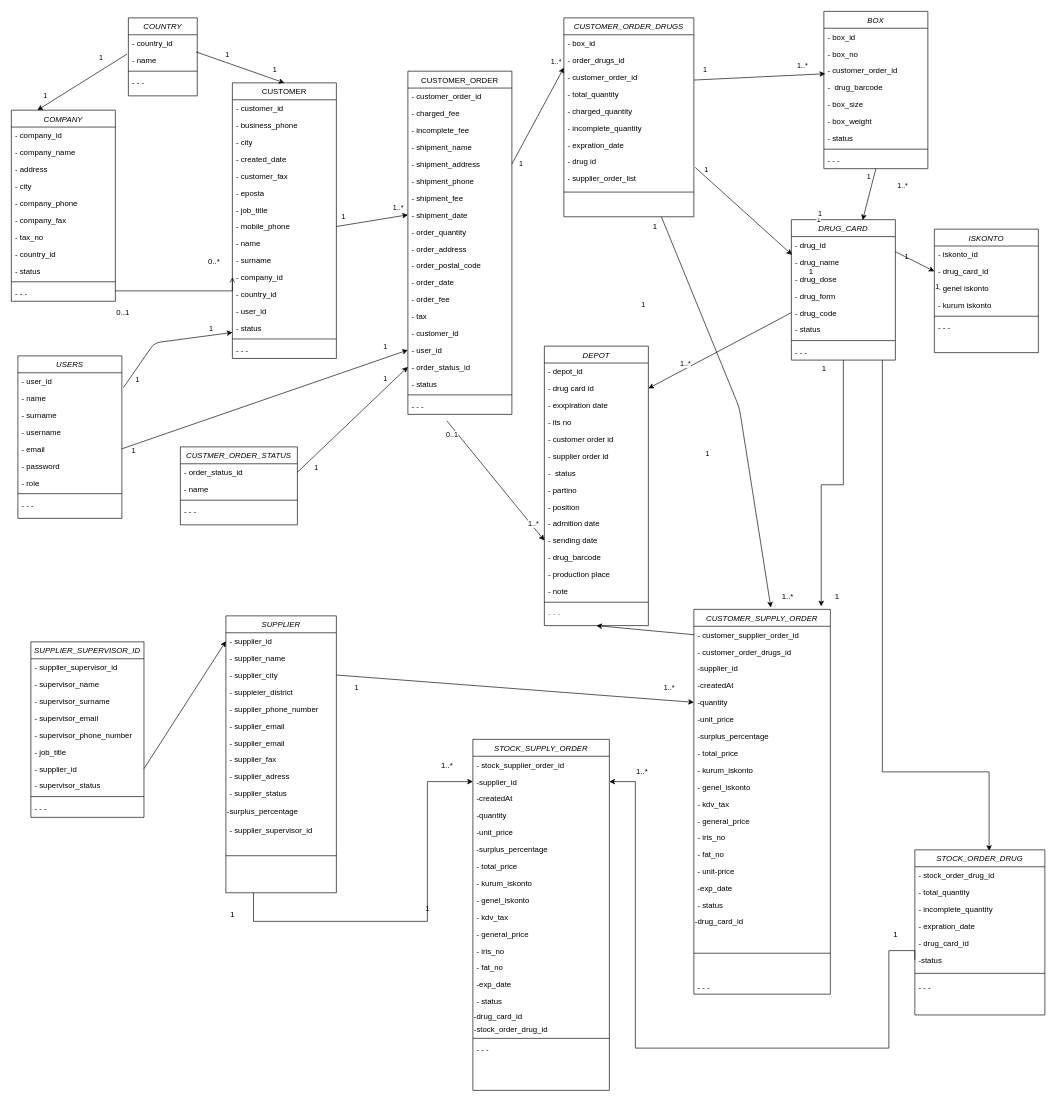
Before: Untitled Diagram.drawio in viaonur/son, a draw.io diagram. Source tidied: cells renumbered, new cells numbered last; positions are measured from the earlier drawing's top-left corner, leaving out a move shared by most shapes. Both pictures are drawn from the tidied source at 65%, with x=0, y=0 at pixel (11, 11).
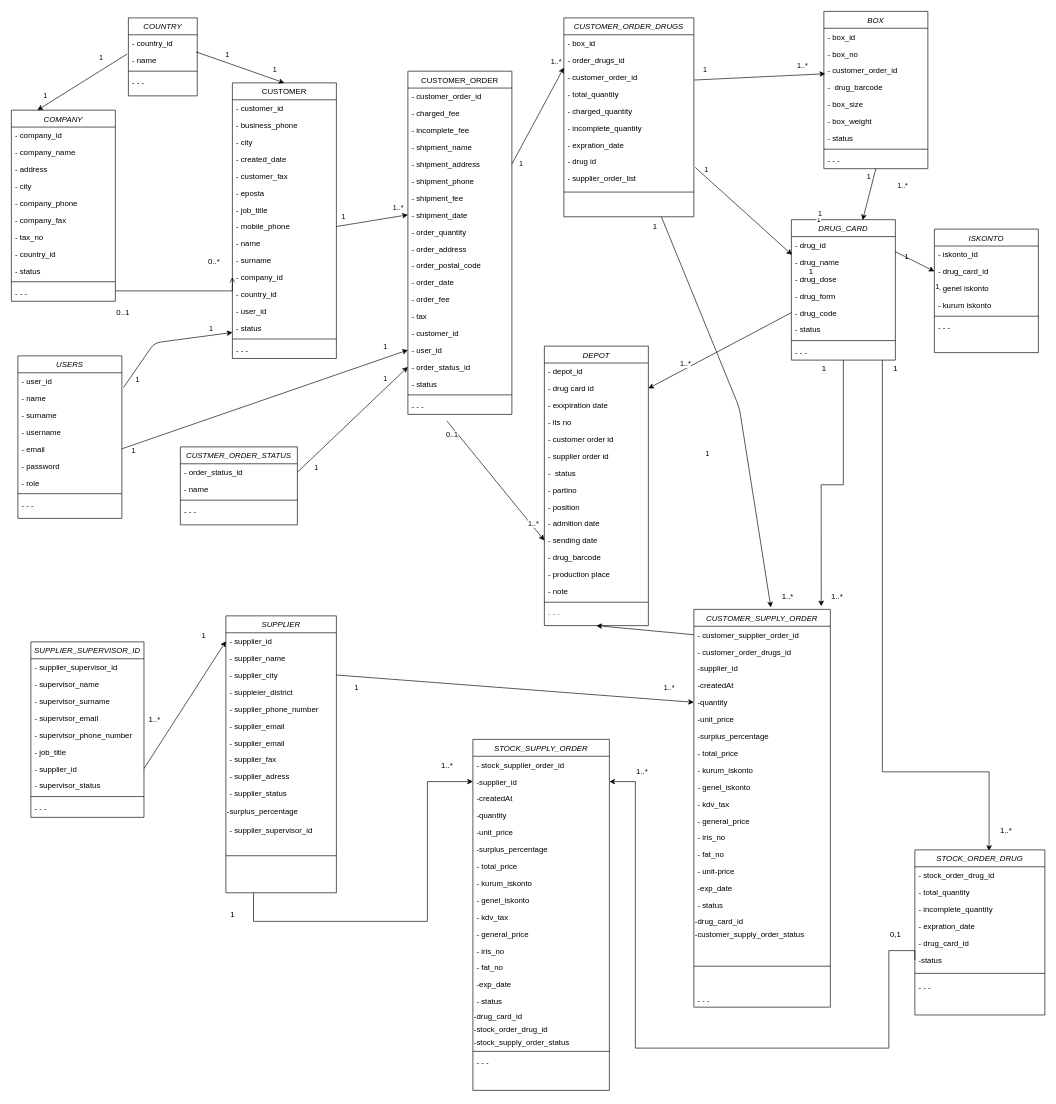
After the change.

Unchanged cells that the change refers to:
```xml
<mxCell id="136" style="endArrow=classic;html=1;entryX=0.006;entryY=1.077;entryDx=0;entryDy=0;entryPerimeter=0;exitX=1.01;exitY=0.846;exitDx=0;exitDy=0;exitPerimeter=0;" parent="1" edge="1" source="66" target="150">
  <mxGeometry relative="1" as="geometry" />
</mxCell>
<mxCell id="223" value="STOCK_SUPPLY_ORDER" style="swimlane;fontStyle=2;align=center;verticalAlign=top;horizontal=1;startSize=26;rounded=0;shadow=0;strokeWidth=1;" parent="1" vertex="1">
  <mxGeometry x="710" y="1120" width="210" height="540" as="geometry" />
</mxCell>
```

What changed in the source:
```diff
@@
     <mxCell id="88" value="CUSTOMER_SUPPLY_ORDER" style="swimlane;fontStyle=2;align=center;verticalAlign=top;horizontal=1;startSize=26;rounded=0;shadow=0;strokeWidth=1;" parent="1" vertex="1">
-      <mxGeometry x="1050" y="920" width="210" height="592" as="geometry" />
+      <mxGeometry x="1050" y="920" width="210" height="612" as="geometry" />
     </mxCell>
@@
+    <mxCell id="265" value="-customer_supply_order_status" style="text;html=1;align=left;verticalAlign=middle;" parent="88" vertex="1">
+      <mxGeometry y="490" width="210" height="20" as="geometry" />
+    </mxCell>
     <mxCell id="107" style="line;html=1;strokeWidth=1;align=left;verticalAlign=middle;spacingTop=-1;spacingLeft=3;spacingRight=3;labelPosition=right;" parent="88" vertex="1">
-      <mxGeometry y="490" width="210" height="78" as="geometry" />
+      <mxGeometry y="510" width="210" height="78" as="geometry" />
     </mxCell>
     <mxCell id="108" value="- - -" style="text;align=left;verticalAlign=top;spacingLeft=4;spacingRight=4;overflow=hidden;" parent="88" vertex="1">
-      <mxGeometry y="568" width="210" height="24" as="geometry" />
+      <mxGeometry y="588" width="210" height="24" as="geometry" />
     </mxCell>
@@
-    <mxCell id="138" value="1" style="edgeLabel;html=1;align=center;verticalAlign=middle;" parent="136" vertex="1">
-      <mxGeometry x="0.69" y="-2" relative="1" as="geometry">
-        <mxPoint x="-204.9" y="95.5" as="offset" />
-      </mxGeometry>
-    </mxCell>
@@
+    <mxCell id="266" value="-stock_supply_order_status" style="text;html=1;align=left;verticalAlign=middle;" parent="223" vertex="1">
+      <mxGeometry y="456" width="210" height="20" as="geometry" />
+    </mxCell>
     <mxCell id="241" style="line;html=1;strokeWidth=1;align=left;verticalAlign=middle;spacingTop=-1;spacingLeft=3;spacingRight=3;labelPosition=right;" parent="223" vertex="1">
-      <mxGeometry y="456" width="210" height="8" as="geometry" />
+      <mxGeometry y="476" width="210" height="8" as="geometry" />
     </mxCell>
     <mxCell id="242" value="- - -" style="text;align=left;verticalAlign=top;spacingLeft=4;spacingRight=4;overflow=hidden;" parent="223" vertex="1">
-      <mxGeometry y="464" width="210" height="56" as="geometry" />
+      <mxGeometry y="484" width="210" height="56" as="geometry" />
     </mxCell>
@@
-    <mxCell id="256" value="1" style="text;html=1;align=center;verticalAlign=middle;" parent="1" vertex="1">
-      <mxGeometry x="1350" y="1410" width="20" height="20" as="geometry" />
+    <mxCell id="256" value="0,1" style="text;html=1;align=center;verticalAlign=middle;" parent="1" vertex="1">
+      <mxGeometry x="1345" y="1410" width="30" height="20" as="geometry" />
     </mxCell>
-    <mxCell id="257" value="1" style="text;html=1;align=center;verticalAlign=middle;" parent="1" vertex="1">
-      <mxGeometry x="630" y="1370" width="20" height="20" as="geometry" />
-    </mxCell>
@@
-    <mxCell id="261" value="1" style="text;html=1;align=center;verticalAlign=middle;" parent="1" vertex="1">
-      <mxGeometry x="1260" y="890" width="20" height="20" as="geometry" />
+    <mxCell id="261" value="1..*" style="text;html=1;align=center;verticalAlign=middle;" parent="1" vertex="1">
+      <mxGeometry x="1255" y="890" width="30" height="20" as="geometry" />
     </mxCell>
@@
+    <mxCell id="267" value="1" style="text;html=1;align=center;verticalAlign=middle;" parent="1" vertex="1">
+      <mxGeometry x="286" y="950" width="20" height="20" as="geometry" />
+    </mxCell>
+    <mxCell id="268" value="1..*" style="text;html=1;align=center;verticalAlign=middle;" parent="1" vertex="1">
+      <mxGeometry x="205" y="1080" width="30" height="20" as="geometry" />
+    </mxCell>
+    <mxCell id="269" value="1" style="text;html=1;align=center;verticalAlign=middle;" parent="1" vertex="1">
+      <mxGeometry x="1350" y="540" width="20" height="20" as="geometry" />
+    </mxCell>
+    <mxCell id="270" value="1..*" style="text;html=1;align=center;verticalAlign=middle;" parent="1" vertex="1">
+      <mxGeometry x="1515" y="1250" width="30" height="20" as="geometry" />
+    </mxCell>
```
